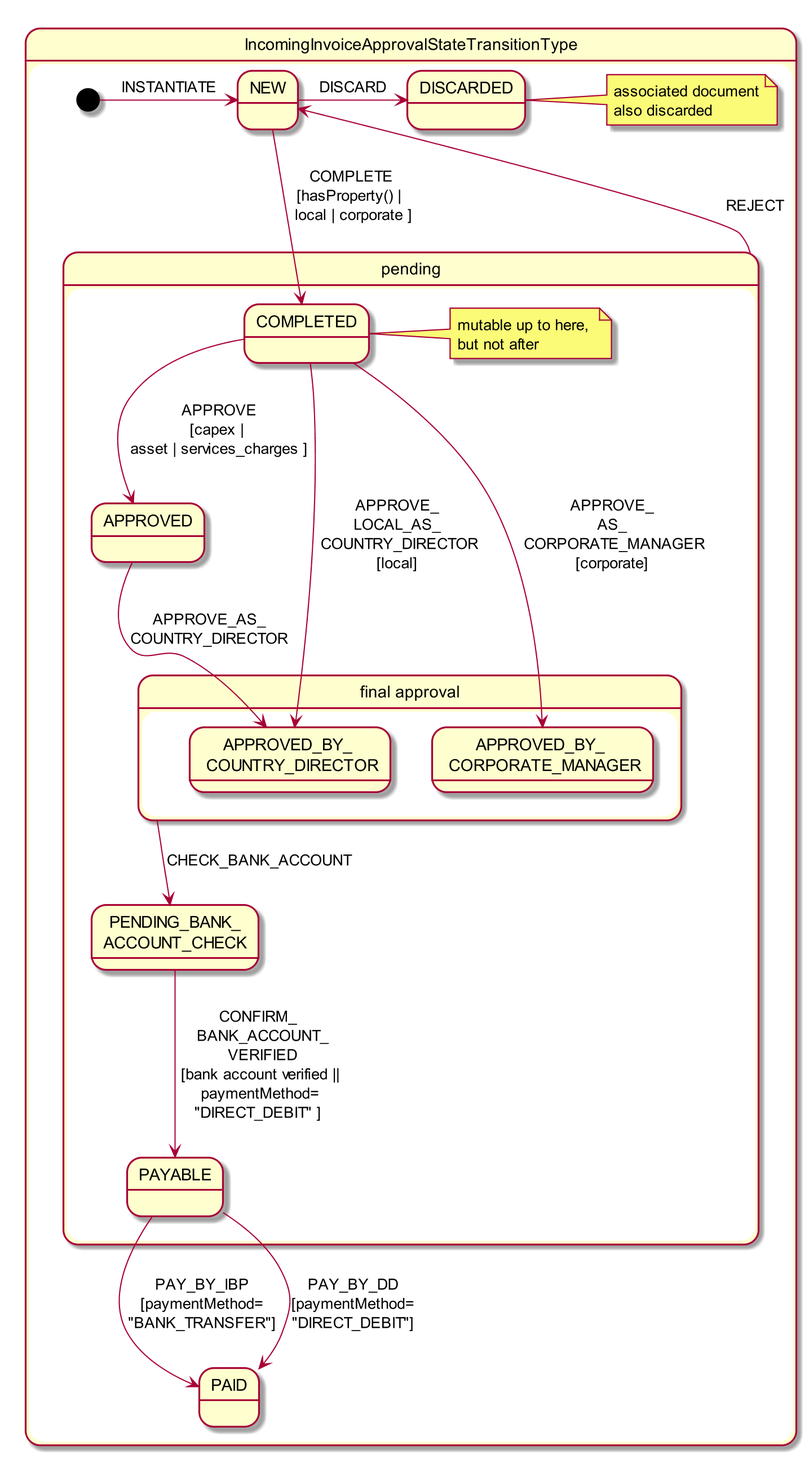
Above: adocs/documentation/src/main/asciidoc/incoming-invoice-approval-state-chart.png in estatio/estatio (PlantUML), before the change.
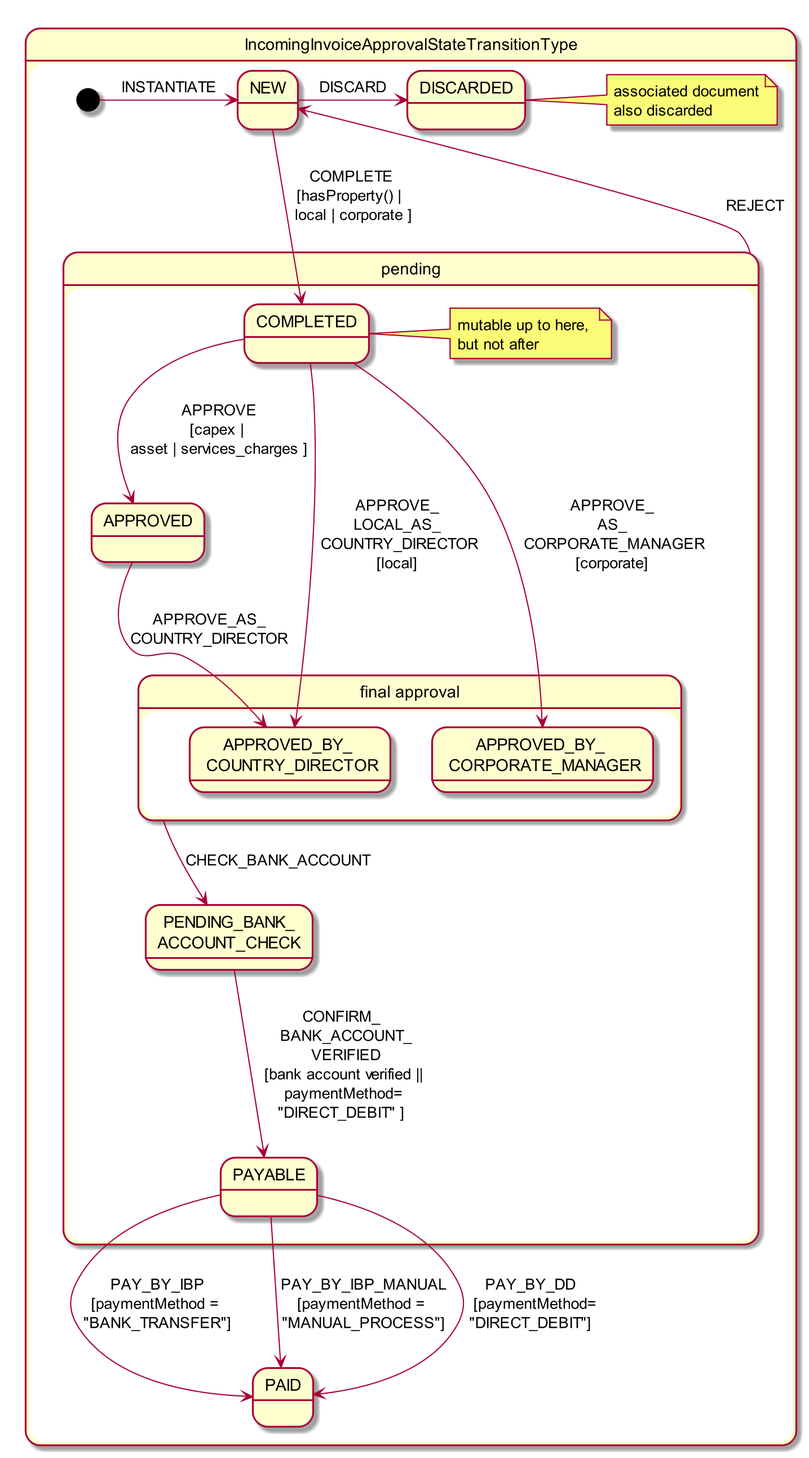
Above is the later version.

Commit message:
EST-1510: adds the ability to mark DD or MANUAL_PROCESS invoices as having been paid.

Change to the diagram source:
```diff
@@ -42,8 +42,9 @@
     iia_pp -up-> iia_new: \n  REJECT
 
     iia_pbac --> iia_payable : CONFIRM_\n  BANK_ACCOUNT_\n  VERIFIED\n [bank account verified ||\n paymentMethod=\n"DIRECT_DEBIT" ]
-    iia_payable --> iia_paid: PAY_BY_IBP\n[paymentMethod=\n"BANK_TRANSFER"]
-    iia_payable --> iia_paid: PAY_BY_DD\n[paymentMethod=\n"DIRECT_DEBIT"]
+    iia_payable --> iia_paid: PAY_BY_IBP\n[paymentMethod = \n"BANK_TRANSFER"]
+    iia_payable --> iia_paid: PAY_BY_IBP_MANUAL\n[paymentMethod = \n"MANUAL_PROCESS"]
+    iia_payable --> iia_paid: PAY_BY_DD\n  [paymentMethod=\n"DIRECT_DEBIT"]
 
 }
 @enduml
```
